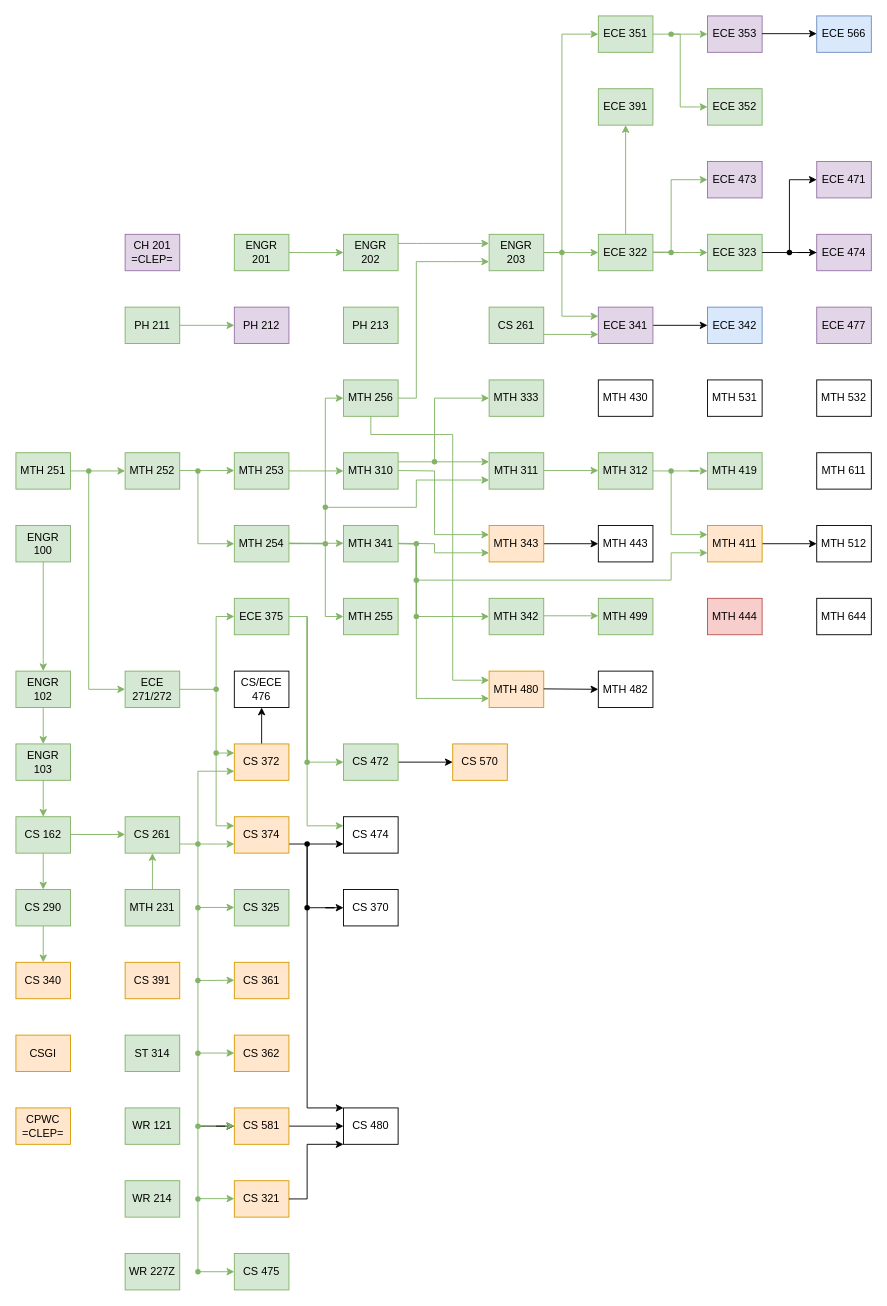
The draw.io diagram Classes.drawio in Jonas-Carew/Class-Flowchart, before the edit. Source tidied: cells renumbered, new cells numbered last; positions are measured from the earlier drawing's top-left corner, leaving out a move shared by most shapes. Both pictures are drawn from the tidied source at 91%, with x=0, y=0 at pixel (15, 15).
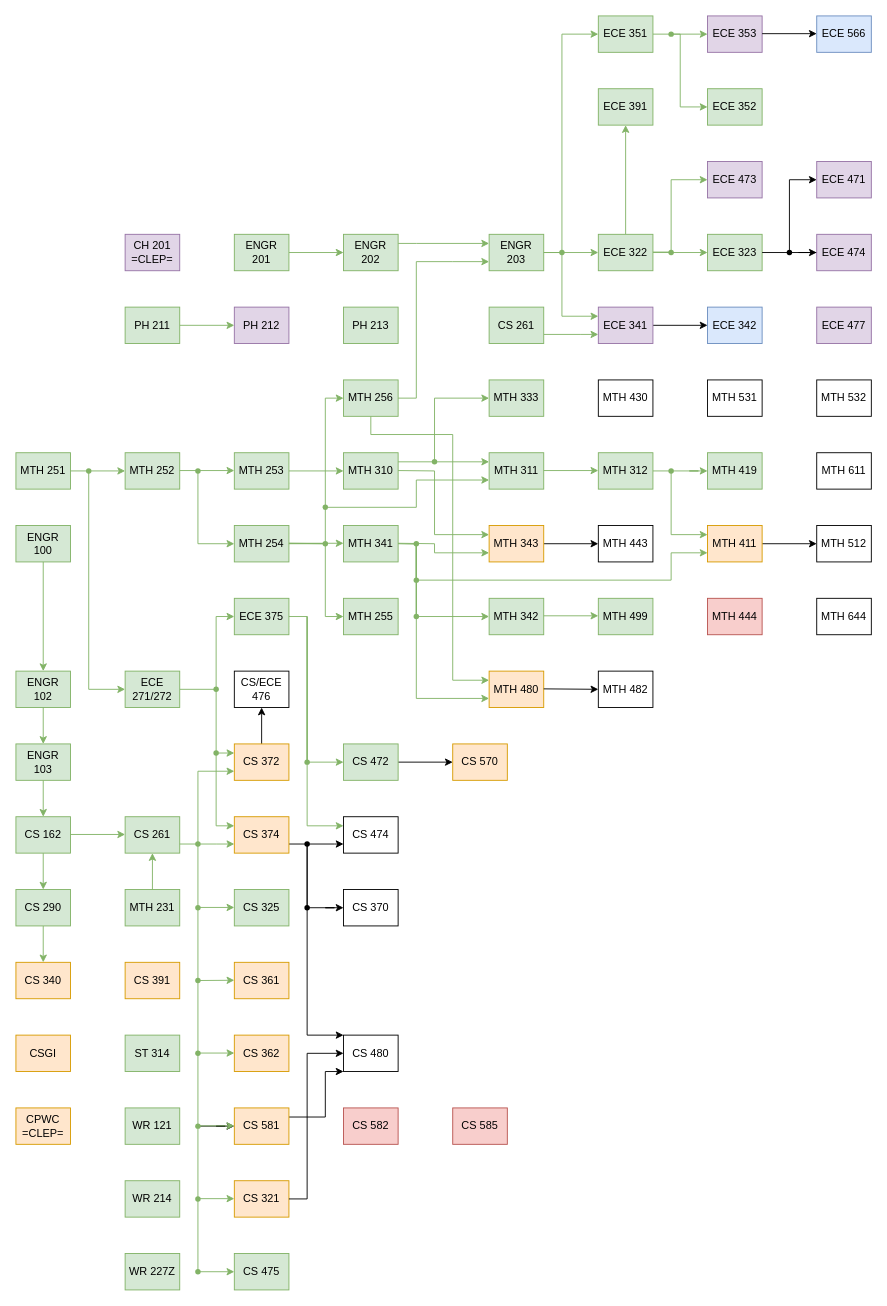
After the change.

Unchanged cells that the change refers to:
```xml
<mxCell id="62" value="&lt;div&gt;CS 581&lt;/div&gt;" style="rounded=0;whiteSpace=wrap;html=1;fillColor=#ffe6cc;strokeColor=#d79b00;" parent="1" vertex="1">
  <mxGeometry x="240" y="1200" width="60" height="40" as="geometry" />
</mxCell>
<mxCell id="66" value="&lt;div&gt;CS 321&lt;/div&gt;" style="rounded=0;whiteSpace=wrap;html=1;fillColor=#ffe6cc;strokeColor=#d79b00;" parent="1" vertex="1">
  <mxGeometry x="240" y="1280" width="60" height="40" as="geometry" />
</mxCell>
```

Change to the diagram source:
```diff
@@
     <mxCell id="61" style="edgeStyle=orthogonalEdgeStyle;rounded=0;jettySize=auto;html=1;" parent="1" edge="1" source="62" target="71">
-      <mxGeometry relative="1" as="geometry" />
+      <mxGeometry relative="1" as="geometry">
+        <Array as="points">
+          <mxPoint x="340" y="1210" />
+          <mxPoint x="340" y="1160" />
+        </Array>
+      </mxGeometry>
     </mxCell>
@@
     <mxCell id="71" value="&lt;div&gt;CS 480&lt;/div&gt;" style="rounded=0;whiteSpace=wrap;html=1;" parent="1" vertex="1">
-      <mxGeometry x="360" y="1200" width="60" height="40" as="geometry" />
+      <mxGeometry x="360" y="1120" width="60" height="40" as="geometry" />
     </mxCell>
-    <mxCell id="72" style="edgeStyle=orthogonalEdgeStyle;rounded=0;jettySize=auto;html=1;exitX=1;exitY=0.5;exitDx=0;exitDy=0;entryX=0;entryY=1;entryDx=0;entryDy=0;" parent="1" edge="1" source="66" target="71">
+    <mxCell id="72" style="edgeStyle=orthogonalEdgeStyle;rounded=0;jettySize=auto;html=1;exitX=1;exitY=0.5;exitDx=0;exitDy=0;" parent="1" edge="1" source="66">
       <mxGeometry relative="1" as="geometry">
+        <mxPoint x="360" y="1140" as="targetPoint" />
         <Array as="points">
           <mxPoint x="320" y="1300" />
-          <mxPoint x="320" y="1240" />
+          <mxPoint x="320" y="1140" />
         </Array>
       </mxGeometry>
     </mxCell>
@@
+    <mxCell id="175" value="&lt;div&gt;CS 582&lt;/div&gt;" style="rounded=0;whiteSpace=wrap;html=1;fillColor=#f8cecc;strokeColor=#b85450;" parent="1" vertex="1">
+      <mxGeometry x="360" y="1200" width="60" height="40" as="geometry" />
+    </mxCell>
+    <mxCell id="176" value="&lt;div&gt;CS 585&lt;/div&gt;" style="rounded=0;whiteSpace=wrap;html=1;fillColor=#f8cecc;strokeColor=#b85450;" parent="1" vertex="1">
+      <mxGeometry x="480" y="1200" width="60" height="40" as="geometry" />
+    </mxCell>
```
